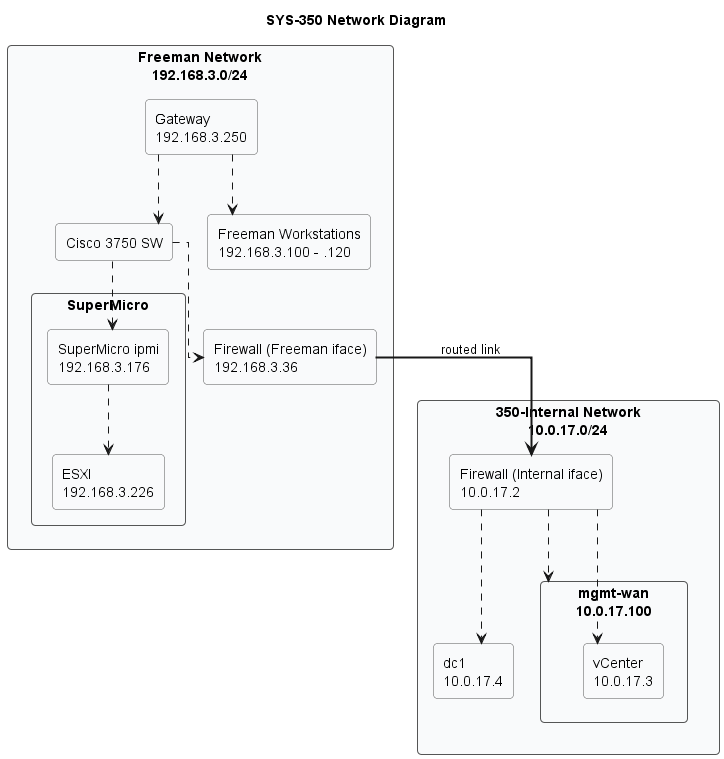
Earlier version of the PlantUML export SYS-350/out/SYS-350/network/FreemanNetwork.png (devinziegler/Devin-Tech-Journal). The source it was exported from:
```plantuml
@startuml FreemanNetwork
skinparam linetype ortho
skinparam rectangle {
  BackgroundColor #f9fafb
  BorderColor #555
  RoundCorner 8
}

title SYS-350 Network Diagram

rectangle "Freeman Network\n192.168.3.0/24" as FREEMAN {
  rectangle "Gateway\n192.168.3.250" as GW
  rectangle "Cisco 3750 SW" as SW
  rectangle "Firewall (Freeman iface)\n192.168.3.36" as LINK_FREEMAN
  rectangle "Freeman Workstations\n192.168.3.100 - .120" as WS
    rectangle "SuperMicro" as SERVER {
        rectangle "SuperMicro ipmi\n192.168.3.176" as IPMI
        rectangle "ESXI\n192.168.3.226" as ESXI
    }
}

rectangle "350-Internal Network\n10.0.17.0/24" as INTERNAL {
  rectangle "Firewall (Internal iface)\n10.0.17.2" as LINK_INTERNAL
  rectangle "dc1\n10.0.17.4" as DC1
    rectangle "mgmt-wan\n10.0.17.100" as MGMT {
        rectangle "vCenter\n10.0.17.3" as vCenter

    }
}



SW -[dashed]-> LINK_FREEMAN
GW -[dashed]-> SW
GW -[dashed]-> WS
LINK_FREEMAN -[bold]-> LINK_INTERNAL : routed link
LINK_INTERNAL -[dashed]-> DC1
LINK_INTERNAL -[dashed]-> MGMT
LINK_INTERNAL -[dashed]-> vCenter
SW -[dashed]-> IPMI
IPMI -[dashed]-> ESXI


@enduml
```
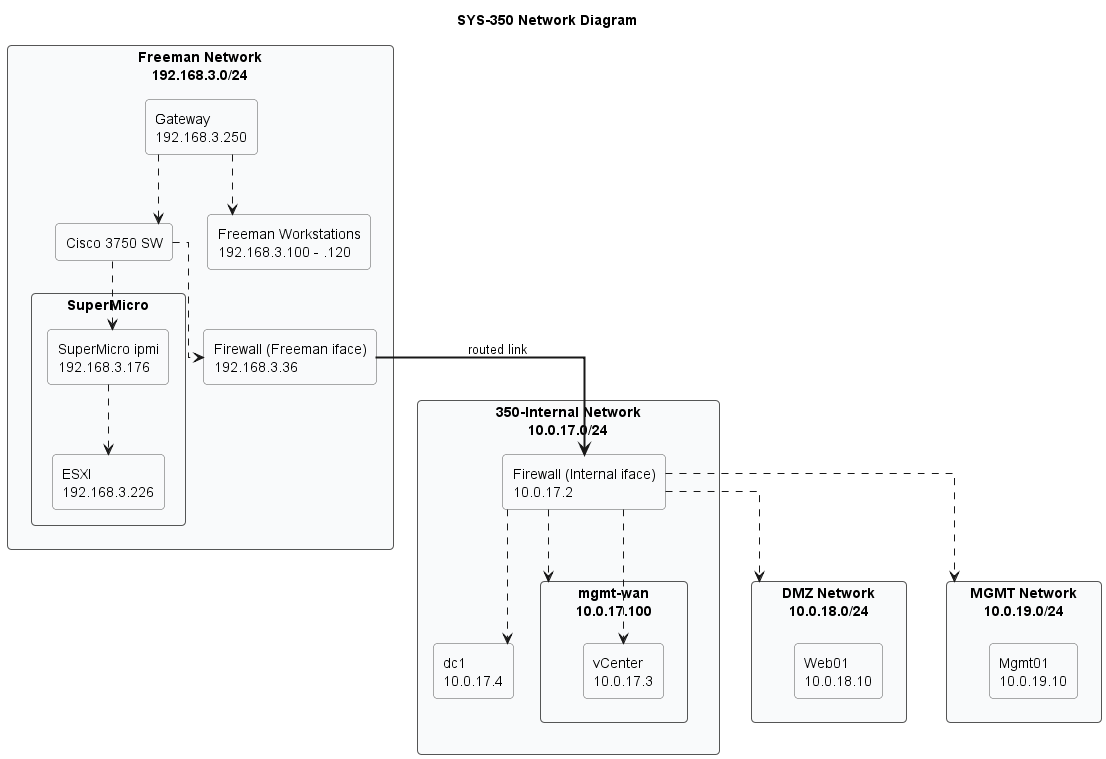
Later version of the same file.

Commit message:
updated network diagram

Diff of the diagram source:
```diff
@@ -28,6 +28,14 @@
     }
 }
 
+rectangle "DMZ Network\n10.0.18.0/24" as DMZ_INTERNAL {
+  rectangle "Web01\n10.0.18.10" as web01
+}
+
+rectangle "MGMT Network\n10.0.19.0/24" as MGMT_INTERNAL {
+  rectangle "Mgmt01\n10.0.19.10" as mgmt
+}
+
 
 
 SW -[dashed]-> LINK_FREEMAN
@@ -37,8 +45,11 @@
 LINK_INTERNAL -[dashed]-> DC1
 LINK_INTERNAL -[dashed]-> MGMT
 LINK_INTERNAL -[dashed]-> vCenter
+LINK_INTERNAL -[dashed]-> DMZ_INTERNAL
+LINK_INTERNAL -[dashed]-> MGMT_INTERNAL
 SW -[dashed]-> IPMI
 IPMI -[dashed]-> ESXI
 
 
+
 @enduml
```
